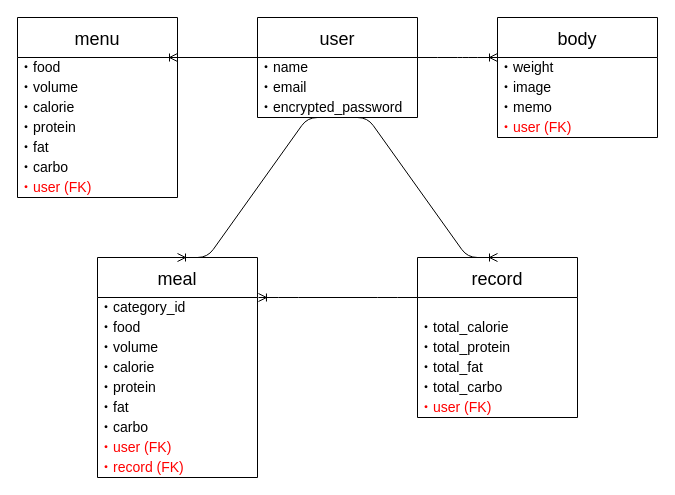
YamAtsu16/DietApp keeps this draw.io diagram as Draw.io/ER.dio. Above is the earlier version. Source tidied: cells renumbered, new cells numbered last; positions are measured from the earlier drawing's top-left corner, leaving out a move shared by most shapes. Both pictures are drawn from the tidied source at 100%, with x=0, y=0 at pixel (17, 17).
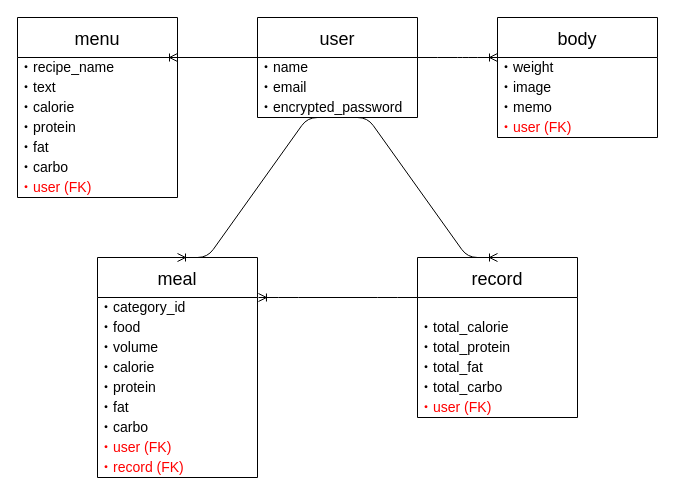
After the change.

The change refers to these unchanged cells:
```xml
<mxCell id="21" value="menu" style="swimlane;fontStyle=0;horizontal=1;startSize=40;align=center;fontSize=18;fillColor=none;" parent="1" vertex="1">
  <mxGeometry width="160" height="180" as="geometry" />
</mxCell>
```

Diff of the diagram source:
```diff
@@
-    <mxCell id="22" value="・food" style="text;html=1;align=left;verticalAlign=middle;strokeColor=none;fillColor=none;fontSize=14;" parent="21" vertex="1">
+    <mxCell id="22" value="・recipe_name" style="text;html=1;align=left;verticalAlign=middle;strokeColor=none;fillColor=none;fontSize=14;" parent="21" vertex="1">
       <mxGeometry y="40" width="160" height="20" as="geometry" />
     </mxCell>
-    <mxCell id="23" value="・volume" style="text;html=1;align=left;verticalAlign=middle;strokeColor=none;fillColor=none;fontSize=14;" parent="21" vertex="1">
+    <mxCell id="23" value="・text" style="text;html=1;align=left;verticalAlign=middle;strokeColor=none;fillColor=none;fontSize=14;" parent="21" vertex="1">
       <mxGeometry y="60" width="160" height="20" as="geometry" />
     </mxCell>
```
